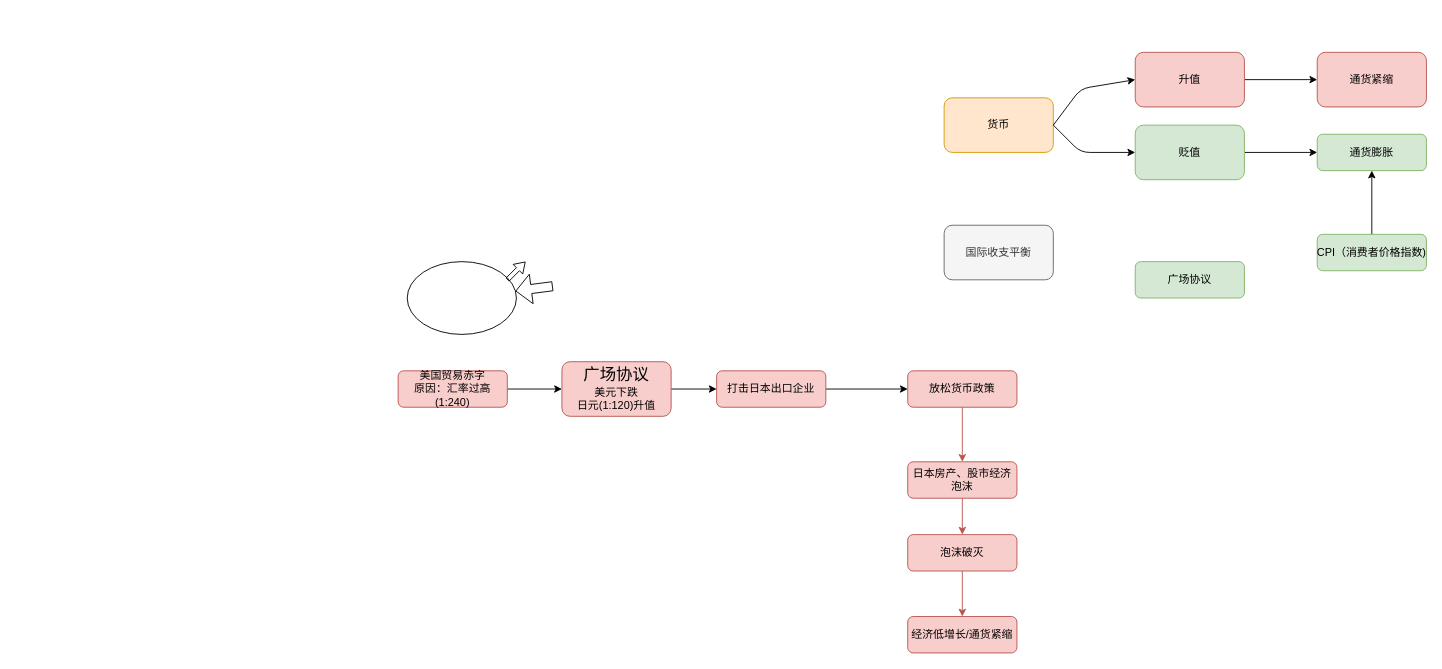
The draw.io diagram page "1" (1 of 8) of assets/drawio/study.drawio in atanx/atanx.github.io, before the edit. Source tidied: cells renumbered, new cells numbered last; positions are measured from the earlier drawing's top-left corner, leaving out a move shared by most shapes. Both pictures are drawn from the tidied source at 91%, with x=0, y=0 at pixel (398, 52).
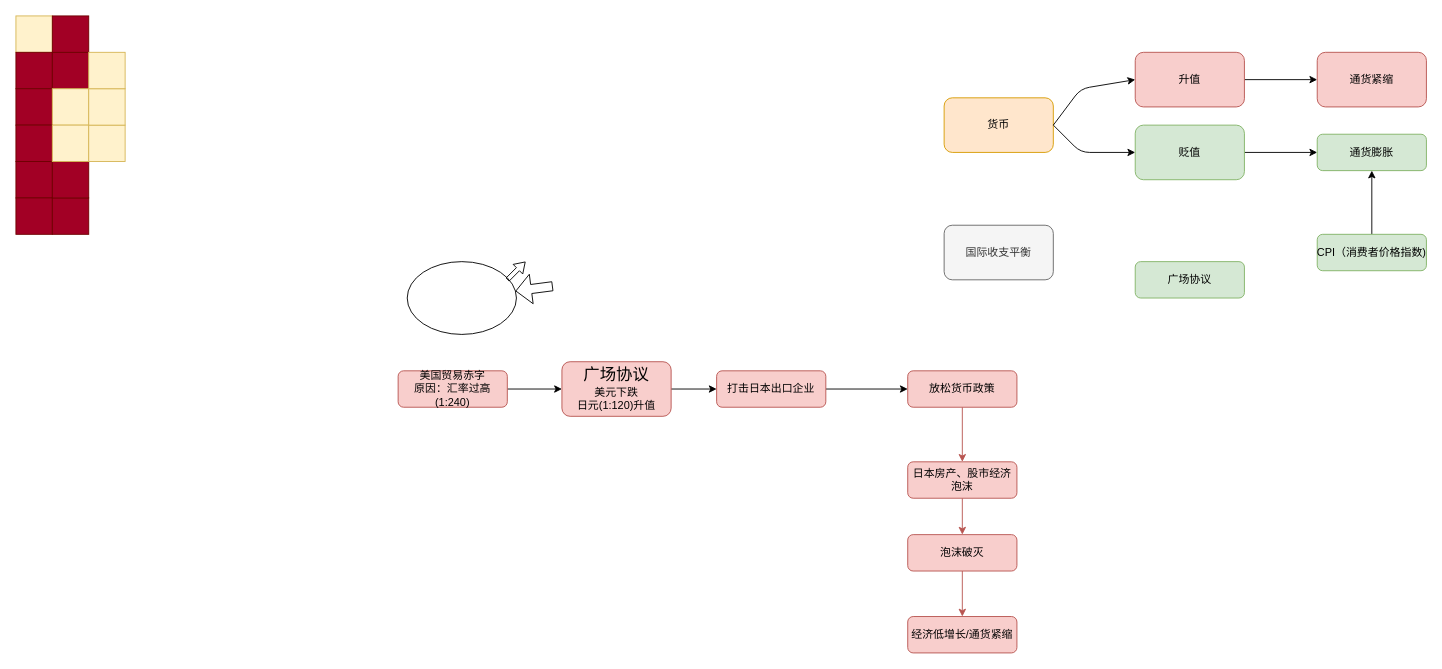
The same diagram, later.

What changed in the source:
```diff
@@
+    <mxCell id="31" style="rounded=0;whiteSpace=wrap;html=1;fillColor=#fff2cc;strokeColor=#d6b656;" parent="1" vertex="1">
+      <mxGeometry x="-420" y="-40" width="40" height="40" as="geometry" />
+    </mxCell>
+    <mxCell id="32" style="rounded=0;whiteSpace=wrap;html=1;fillColor=#a20025;fontColor=#ffffff;strokeColor=#6F0000;" parent="1" vertex="1">
+      <mxGeometry x="-420" width="40" height="40" as="geometry" />
+    </mxCell>
+    <mxCell id="33" style="rounded=0;whiteSpace=wrap;html=1;fillColor=#a20025;fontColor=#ffffff;strokeColor=#6F0000;" parent="1" vertex="1">
+      <mxGeometry x="-380" width="40" height="40" as="geometry" />
+    </mxCell>
+    <mxCell id="34" style="rounded=0;whiteSpace=wrap;html=1;fillColor=#a20025;fontColor=#ffffff;strokeColor=#6F0000;" parent="1" vertex="1">
+      <mxGeometry x="-380" y="-40" width="40" height="40" as="geometry" />
+    </mxCell>
+    <mxCell id="35" style="rounded=0;whiteSpace=wrap;html=1;fillColor=#a20025;fontColor=#ffffff;strokeColor=#6F0000;" parent="1" vertex="1">
+      <mxGeometry x="-420" y="40" width="40" height="40" as="geometry" />
+    </mxCell>
+    <mxCell id="36" style="rounded=0;whiteSpace=wrap;html=1;fillColor=#fff2cc;strokeColor=#d6b656;" parent="1" vertex="1">
+      <mxGeometry x="-380" y="40" width="40" height="40" as="geometry" />
+    </mxCell>
+    <mxCell id="37" style="rounded=0;whiteSpace=wrap;html=1;fillColor=#a20025;fontColor=#ffffff;strokeColor=#6F0000;" parent="1" vertex="1">
+      <mxGeometry x="-420" y="80" width="40" height="40" as="geometry" />
+    </mxCell>
+    <mxCell id="38" style="rounded=0;whiteSpace=wrap;html=1;fillColor=#a20025;fontColor=#ffffff;strokeColor=#6F0000;" parent="1" vertex="1">
+      <mxGeometry x="-420" y="120" width="40" height="40" as="geometry" />
+    </mxCell>
+    <mxCell id="39" style="rounded=0;whiteSpace=wrap;html=1;fillColor=#a20025;fontColor=#ffffff;strokeColor=#6F0000;" parent="1" vertex="1">
+      <mxGeometry x="-420" y="160" width="40" height="40" as="geometry" />
+    </mxCell>
+    <mxCell id="40" style="rounded=0;whiteSpace=wrap;html=1;fillColor=#a20025;fontColor=#ffffff;strokeColor=#6F0000;" parent="1" vertex="1">
+      <mxGeometry x="-380" y="160" width="40" height="40" as="geometry" />
+    </mxCell>
+    <mxCell id="41" style="rounded=0;whiteSpace=wrap;html=1;fillColor=#a20025;fontColor=#ffffff;strokeColor=#6F0000;" parent="1" vertex="1">
+      <mxGeometry x="-380" y="120" width="40" height="40" as="geometry" />
+    </mxCell>
+    <mxCell id="42" style="rounded=0;whiteSpace=wrap;html=1;fillColor=#fff2cc;strokeColor=#d6b656;" parent="1" vertex="1">
+      <mxGeometry x="-380" y="80" width="40" height="40" as="geometry" />
+    </mxCell>
+    <mxCell id="43" style="rounded=0;whiteSpace=wrap;html=1;fillColor=#fff2cc;strokeColor=#d6b656;" parent="1" vertex="1">
+      <mxGeometry x="-340" y="80" width="40" height="40" as="geometry" />
+    </mxCell>
+    <mxCell id="44" style="rounded=0;whiteSpace=wrap;html=1;fillColor=#fff2cc;strokeColor=#d6b656;" parent="1" vertex="1">
+      <mxGeometry x="-340" y="40" width="40" height="40" as="geometry" />
+    </mxCell>
+    <mxCell id="45" style="rounded=0;whiteSpace=wrap;html=1;fillColor=#fff2cc;strokeColor=#d6b656;" parent="1" vertex="1">
+      <mxGeometry x="-340" width="40" height="40" as="geometry" />
+    </mxCell>
```
